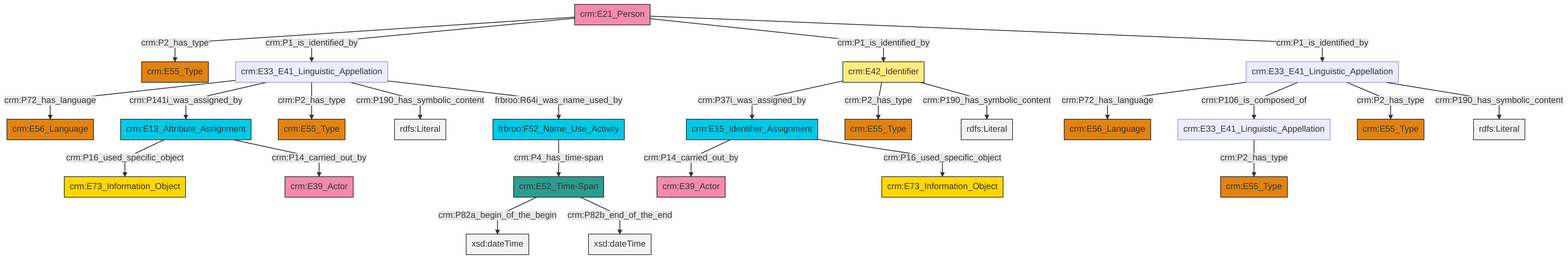
The Mermaid diagram et/personCSV/ttl/mmd/png/Person_Names_and_Classification.png in swiss-art-research-net/docs.swissartresearch, before a commit. Its source is kept beside it as et/personCSV/ttl/mmd/Person_Names_and_Classification.ttl.mmd.
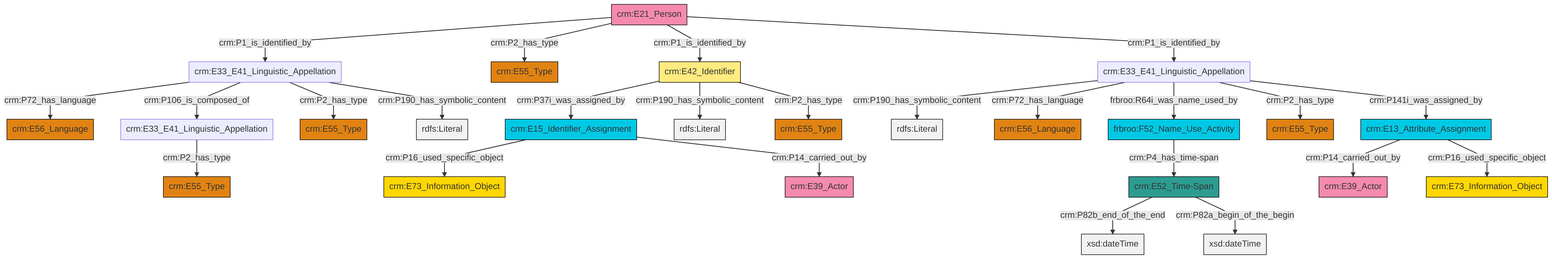
After the commit.

Change to the diagram source:
```diff
@@ -13,27 +13,27 @@
 classDef PC_Classes fill:#4ce600, stroke:#000000;
 classDef Multi fill:#cccccc,stroke:#000000;
 
-0["crm:E21_Person"]:::Actor -->|crm:P2_has_type| 1["crm:E55_Type"]:::Type
-0["crm:E21_Person"]:::Actor -->|crm:P1_is_identified_by| 4["crm:E33_E41_Linguistic_Appellation"]:::Default
-4["crm:E33_E41_Linguistic_Appellation"]:::Default -->|crm:P72_has_language| 6["crm:E56_Language"]:::Type
-4["crm:E33_E41_Linguistic_Appellation"]:::Default -->|crm:P141i_was_assigned_by| 2["crm:E13_Attribute_Assignment"]:::Temporal_Entity
-7["crm:E42_Identifier"]:::Appellation -->|crm:P37i_was_assigned_by| 8["crm:E15_Identifier_Assignment"]:::Temporal_Entity
-4["crm:E33_E41_Linguistic_Appellation"]:::Default -->|crm:P2_has_type| 9["crm:E55_Type"]:::Type
-8["crm:E15_Identifier_Assignment"]:::Temporal_Entity -->|crm:P14_carried_out_by| 10["crm:E39_Actor"]:::Actor
-11["crm:E52_Time-Span"]:::Time-Span -->|crm:P82a_begin_of_the_begin| 12[xsd:dateTime]:::Literal
-13["crm:E33_E41_Linguistic_Appellation"]:::Default -->|crm:P72_has_language| 14["crm:E56_Language"]:::Type
-0["crm:E21_Person"]:::Actor -->|crm:P1_is_identified_by| 7["crm:E42_Identifier"]:::Appellation
-7["crm:E42_Identifier"]:::Appellation -->|crm:P2_has_type| 17["crm:E55_Type"]:::Type
-22["frbroo:F52_Name_Use_Activity"]:::Temporal_Entity -->|crm:P4_has_time-span| 11["crm:E52_Time-Span"]:::Time-Span
-0["crm:E21_Person"]:::Actor -->|crm:P1_is_identified_by| 13["crm:E33_E41_Linguistic_Appellation"]:::Default
-2["crm:E13_Attribute_Assignment"]:::Temporal_Entity -->|crm:P16_used_specific_object| 20["crm:E73_Information_Object"]:::Conceptual_Object
-4["crm:E33_E41_Linguistic_Appellation"]:::Default -->|crm:P190_has_symbolic_content| 29[rdfs:Literal]:::Literal
-8["crm:E15_Identifier_Assignment"]:::Temporal_Entity -->|crm:P16_used_specific_object| 25["crm:E73_Information_Object"]:::Conceptual_Object
-7["crm:E42_Identifier"]:::Appellation -->|crm:P190_has_symbolic_content| 30[rdfs:Literal]:::Literal
-4["crm:E33_E41_Linguistic_Appellation"]:::Default -->|frbroo:R64i_was_name_used_by| 22["frbroo:F52_Name_Use_Activity"]:::Temporal_Entity
-32["crm:E33_E41_Linguistic_Appellation"]:::Default -->|crm:P2_has_type| 33["crm:E55_Type"]:::Type
-2["crm:E13_Attribute_Assignment"]:::Temporal_Entity -->|crm:P14_carried_out_by| 36["crm:E39_Actor"]:::Actor
-13["crm:E33_E41_Linguistic_Appellation"]:::Default -->|crm:P106_is_composed_of| 32["crm:E33_E41_Linguistic_Appellation"]:::Default
-13["crm:E33_E41_Linguistic_Appellation"]:::Default -->|crm:P2_has_type| 27["crm:E55_Type"]:::Type
-13["crm:E33_E41_Linguistic_Appellation"]:::Default -->|crm:P190_has_symbolic_content| 43[rdfs:Literal]:::Literal
-11["crm:E52_Time-Span"]:::Time-Span -->|crm:P82b_end_of_the_end| 46[xsd:dateTime]:::Literal
+2["crm:E33_E41_Linguistic_Appellation"]:::Default -->|crm:P72_has_language| 3["crm:E56_Language"]:::Type
+4["crm:E33_E41_Linguistic_Appellation"]:::Default -->|crm:P190_has_symbolic_content| 5[rdfs:Literal]:::Literal
+6["crm:E21_Person"]:::Actor -->|crm:P1_is_identified_by| 2["crm:E33_E41_Linguistic_Appellation"]:::Default
+7["frbroo:F52_Name_Use_Activity"]:::Temporal_Entity -->|crm:P4_has_time-span| 8["crm:E52_Time-Span"]:::Time-Span
+4["crm:E33_E41_Linguistic_Appellation"]:::Default -->|crm:P72_has_language| 9["crm:E56_Language"]:::Type
+10["crm:E42_Identifier"]:::Appellation -->|crm:P37i_was_assigned_by| 11["crm:E15_Identifier_Assignment"]:::Temporal_Entity
+4["crm:E33_E41_Linguistic_Appellation"]:::Default -->|frbroo:R64i_was_name_used_by| 7["frbroo:F52_Name_Use_Activity"]:::Temporal_Entity
+4["crm:E33_E41_Linguistic_Appellation"]:::Default -->|crm:P2_has_type| 13["crm:E55_Type"]:::Type
+11["crm:E15_Identifier_Assignment"]:::Temporal_Entity -->|crm:P16_used_specific_object| 14["crm:E73_Information_Object"]:::Conceptual_Object
+10["crm:E42_Identifier"]:::Appellation -->|crm:P190_has_symbolic_content| 15[rdfs:Literal]:::Literal
+10["crm:E42_Identifier"]:::Appellation -->|crm:P2_has_type| 16["crm:E55_Type"]:::Type
+11["crm:E15_Identifier_Assignment"]:::Temporal_Entity -->|crm:P14_carried_out_by| 19["crm:E39_Actor"]:::Actor
+6["crm:E21_Person"]:::Actor -->|crm:P2_has_type| 0["crm:E55_Type"]:::Type
+2["crm:E33_E41_Linguistic_Appellation"]:::Default -->|crm:P106_is_composed_of| 17["crm:E33_E41_Linguistic_Appellation"]:::Default
+2["crm:E33_E41_Linguistic_Appellation"]:::Default -->|crm:P2_has_type| 26["crm:E55_Type"]:::Type
+8["crm:E52_Time-Span"]:::Time-Span -->|crm:P82b_end_of_the_end| 28[xsd:dateTime]:::Literal
+23["crm:E13_Attribute_Assignment"]:::Temporal_Entity -->|crm:P14_carried_out_by| 20["crm:E39_Actor"]:::Actor
+2["crm:E33_E41_Linguistic_Appellation"]:::Default -->|crm:P190_has_symbolic_content| 32[rdfs:Literal]:::Literal
+17["crm:E33_E41_Linguistic_Appellation"]:::Default -->|crm:P2_has_type| 29["crm:E55_Type"]:::Type
+4["crm:E33_E41_Linguistic_Appellation"]:::Default -->|crm:P141i_was_assigned_by| 23["crm:E13_Attribute_Assignment"]:::Temporal_Entity
+6["crm:E21_Person"]:::Actor -->|crm:P1_is_identified_by| 10["crm:E42_Identifier"]:::Appellation
+8["crm:E52_Time-Span"]:::Time-Span -->|crm:P82a_begin_of_the_begin| 44[xsd:dateTime]:::Literal
+23["crm:E13_Attribute_Assignment"]:::Temporal_Entity -->|crm:P16_used_specific_object| 33["crm:E73_Information_Object"]:::Conceptual_Object
+6["crm:E21_Person"]:::Actor -->|crm:P1_is_identified_by| 4["crm:E33_E41_Linguistic_Appellation"]:::Default
```
